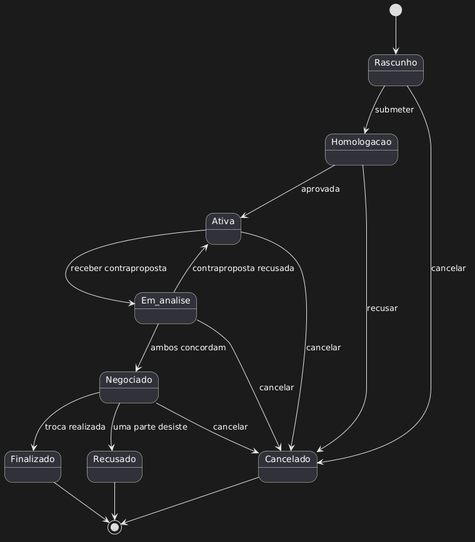
This is diagramas/DiagramaDeEstadosV1.png from 2ez4calvin/arq_proj_2026, a PlantUML export, as it was before one commit. Its diagram source:
```plantuml
@startuml
[*] --> Rascunho

Rascunho --> Homologacao : submeter
Rascunho --> Cancelado : cancelar

Homologacao --> Ativa : aprovada
Homologacao --> Cancelado : recusar

Ativa --> Em_analise : receber contraproposta
Ativa --> Cancelado : cancelar

Em_analise --> Ativa : contraproposta recusada
Em_analise --> Negociado : ambos concordam
Em_analise --> Cancelado : cancelar

Negociado --> Finalizado : troca realizada
Negociado --> Recusado : uma parte desiste
Negociado --> Cancelado : cancelar

Finalizado --> [*]
Recusado --> [*]
Cancelado --> [*]
@enduml
```
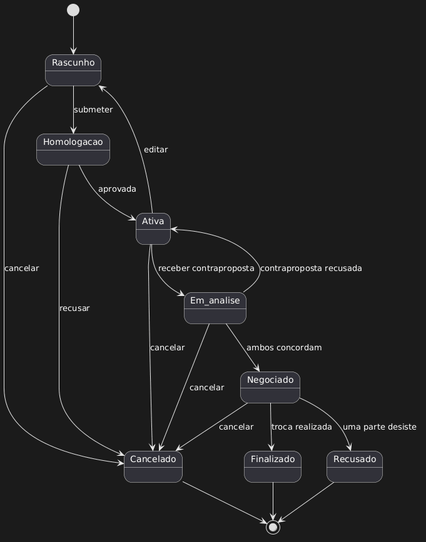
Above is the later version.

Change to the diagram source:
```diff
@@ -9,6 +9,7 @@
 
 Ativa --> Em_analise : receber contraproposta
 Ativa --> Cancelado : cancelar
+Ativa --> Rascunho : editar
 
 Em_analise --> Ativa : contraproposta recusada
 Em_analise --> Negociado : ambos concordam
```
